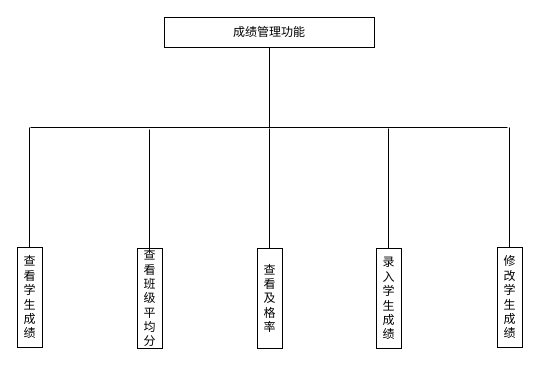
This is 成绩管理功能模块图.drawio from creazy412/none, a draw.io file, before an edit. Source tidied: cells renumbered, new cells numbered last; positions are measured from the earlier drawing's top-left corner, leaving out a move shared by most shapes. Both pictures are drawn from the tidied source at 100%, with x=0, y=0 at pixel (17, 17).
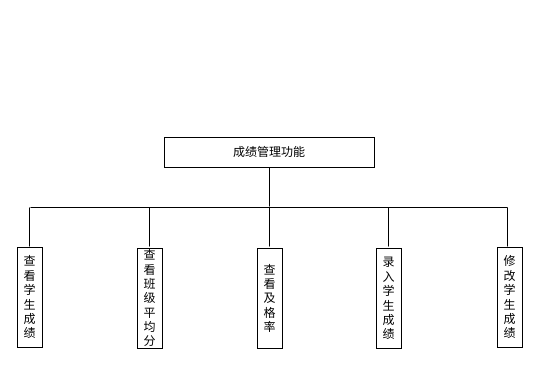
After the change.

Commit message:
更新成绩管理功能模块图.drawio

The edit, as a diff of the source:
```diff
@@
     <mxCell id="2" value="&lt;font face=&quot;宋体&quot;&gt;成绩管理功能&lt;/font&gt;" style="rounded=0;whiteSpace=wrap;html=1;" parent="1" vertex="1">
-      <mxGeometry x="147" width="210" height="30" as="geometry" />
+      <mxGeometry x="147" y="120" width="210" height="30" as="geometry" />
     </mxCell>
-    <mxCell id="3" style="endArrow=none;html=1;rounded=0;entryX=0.5;entryY=1;entryDx=0;entryDy=0;" parent="1" edge="1" target="2">
-      <mxGeometry relative="1" as="geometry">
-        <mxPoint x="252" y="110" as="sourcePoint" />
-      </mxGeometry>
-    </mxCell>
@@
     <mxCell id="5" style="endArrow=none;html=1;rounded=0;" parent="1" edge="1">
       <mxGeometry relative="1" as="geometry">
-        <mxPoint x="13" y="110" as="sourcePoint" />
-        <mxPoint x="490" y="110" as="targetPoint" />
+        <mxPoint x="13" y="190" as="sourcePoint" />
+        <mxPoint x="490" y="190" as="targetPoint" />
       </mxGeometry>
     </mxCell>
@@
-    <mxCell id="7" style="endArrow=none;html=1;rounded=0;" parent="1" edge="1">
-      <mxGeometry relative="1" as="geometry">
-        <mxPoint x="12" y="230" as="sourcePoint" />
-        <mxPoint x="12" y="110" as="targetPoint" />
-      </mxGeometry>
-    </mxCell>
@@
-    <mxCell id="9" style="endArrow=none;html=1;rounded=0;" parent="1" edge="1">
-      <mxGeometry relative="1" as="geometry">
-        <mxPoint x="252" y="231" as="sourcePoint" />
-        <mxPoint x="252" y="111" as="targetPoint" />
-      </mxGeometry>
-    </mxCell>
@@
-    <mxCell id="11" style="endArrow=none;html=1;rounded=0;" parent="1" edge="1">
-      <mxGeometry relative="1" as="geometry">
-        <mxPoint x="371" y="231" as="sourcePoint" />
-        <mxPoint x="371" y="111" as="targetPoint" />
-      </mxGeometry>
-    </mxCell>
-    <mxCell id="12" style="endArrow=none;html=1;rounded=0;" parent="1" edge="1">
-      <mxGeometry relative="1" as="geometry">
-        <mxPoint x="132" y="232" as="sourcePoint" />
-        <mxPoint x="132" y="112" as="targetPoint" />
-      </mxGeometry>
-    </mxCell>
@@
-    <mxCell id="14" style="endArrow=none;html=1;rounded=0;" parent="1" edge="1">
-      <mxGeometry relative="1" as="geometry">
-        <mxPoint x="492" y="230" as="sourcePoint" />
-        <mxPoint x="492" y="110" as="targetPoint" />
-      </mxGeometry>
-    </mxCell>
+    <mxCell id="15" style="endArrow=none;html=1;rounded=0;" parent="1" edge="1">
+      <mxGeometry relative="1" as="geometry">
+        <mxPoint x="12" y="229" as="sourcePoint" />
+        <mxPoint x="12" y="190" as="targetPoint" />
+      </mxGeometry>
+    </mxCell>
+    <mxCell id="16" style="endArrow=none;html=1;rounded=0;" parent="1" edge="1">
+      <mxGeometry relative="1" as="geometry">
+        <mxPoint x="132" y="229" as="sourcePoint" />
+        <mxPoint x="132" y="190" as="targetPoint" />
+      </mxGeometry>
+    </mxCell>
+    <mxCell id="17" style="endArrow=none;html=1;rounded=0;" parent="1" edge="1">
+      <mxGeometry relative="1" as="geometry">
+        <mxPoint x="252" y="229" as="sourcePoint" />
+        <mxPoint x="252" y="190" as="targetPoint" />
+      </mxGeometry>
+    </mxCell>
+    <mxCell id="18" style="endArrow=none;html=1;rounded=0;" parent="1" edge="1">
+      <mxGeometry relative="1" as="geometry">
+        <mxPoint x="252" y="189" as="sourcePoint" />
+        <mxPoint x="252" y="150" as="targetPoint" />
+      </mxGeometry>
+    </mxCell>
+    <mxCell id="19" style="endArrow=none;html=1;rounded=0;" parent="1" edge="1">
+      <mxGeometry relative="1" as="geometry">
+        <mxPoint x="371" y="229" as="sourcePoint" />
+        <mxPoint x="371" y="190" as="targetPoint" />
+      </mxGeometry>
+    </mxCell>
+    <mxCell id="20" style="endArrow=none;html=1;rounded=0;" parent="1" edge="1">
+      <mxGeometry relative="1" as="geometry">
+        <mxPoint x="490" y="229" as="sourcePoint" />
+        <mxPoint x="490" y="190" as="targetPoint" />
+      </mxGeometry>
+    </mxCell>
```
